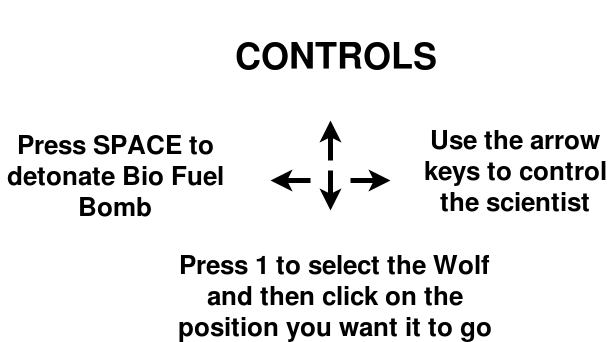
Before: assets/instructions1.png, a diagram exported from draw.io (saraansh1999/Arcade-2player-game). Source tidied: cells renumbered, new cells last; positions are measured from the earlier drawing's top-left corner, leaving out a move shared by most shapes. Source of this version:
```xml
<mxGraphModel>
  <root>
    <mxCell id="0" />
    <mxCell id="1" parent="0" />
    <mxCell id="2" style="endArrow=classic;html=1;strokeWidth=5;" parent="1" edge="1">
      <mxGeometry relative="1" as="geometry">
        <mxPoint x="330" y="160" as="sourcePoint" />
        <mxPoint x="330" y="120" as="targetPoint" />
      </mxGeometry>
    </mxCell>
    <mxCell id="3" style="endArrow=classic;html=1;strokeWidth=5;" parent="1" edge="1">
      <mxGeometry relative="1" as="geometry">
        <mxPoint x="350" y="180" as="sourcePoint" />
        <mxPoint x="390" y="180" as="targetPoint" />
      </mxGeometry>
    </mxCell>
    <mxCell id="4" style="endArrow=classic;html=1;strokeWidth=5;" parent="1" edge="1">
      <mxGeometry relative="1" as="geometry">
        <mxPoint x="330" y="170" as="sourcePoint" />
        <mxPoint x="330" y="210" as="targetPoint" />
        <Array as="points">
          <mxPoint x="330" y="190" />
          <mxPoint x="330" y="180" />
        </Array>
      </mxGeometry>
    </mxCell>
    <mxCell id="5" style="endArrow=classic;html=1;strokeWidth=5;" parent="1" edge="1">
      <mxGeometry relative="1" as="geometry">
        <mxPoint x="310" y="180" as="sourcePoint" />
        <mxPoint x="270" y="180" as="targetPoint" />
      </mxGeometry>
    </mxCell>
    <mxCell id="6" value="&lt;div style=&quot;font-size: 26px;&quot;&gt;Use the arrow keys to control the scientist&lt;/div&gt;" style="text;html=1;strokeColor=none;fillColor=none;align=center;verticalAlign=middle;whiteSpace=wrap;rounded=0;fontStyle=1;fontSize=26;" parent="1" vertex="1">
      <mxGeometry x="420" y="140" width="190" height="60" as="geometry" />
    </mxCell>
    <mxCell id="7" value="&lt;div style=&quot;font-size: 26px;&quot;&gt;Press &lt;span style=&quot;font-size: 26px;&quot;&gt;1 &lt;/span&gt;to select the Wolf and then click on the position you want it to go&lt;/div&gt;" style="text;html=1;strokeColor=none;fillColor=none;align=center;verticalAlign=middle;whiteSpace=wrap;rounded=0;fontSize=26;fontStyle=1;" parent="1" vertex="1">
      <mxGeometry x="165" y="250" width="339" height="90" as="geometry" />
    </mxCell>
    <mxCell id="8" value="CONTROLS" style="text;html=1;strokeColor=none;fillColor=none;align=center;verticalAlign=middle;whiteSpace=wrap;rounded=0;fontSize=36;fontStyle=1;" parent="1" vertex="1">
      <mxGeometry x="235" width="200" height="110" as="geometry" />
    </mxCell>
    <mxCell id="9" value="Press SPACE to detonate Bio Fuel Bomb" style="text;html=1;strokeColor=none;fillColor=none;align=center;verticalAlign=middle;whiteSpace=wrap;rounded=0;fontSize=26;fontStyle=1;" parent="1" vertex="1">
      <mxGeometry y="130" width="230" height="90" as="geometry" />
    </mxCell>
  </root>
</mxGraphModel>
```
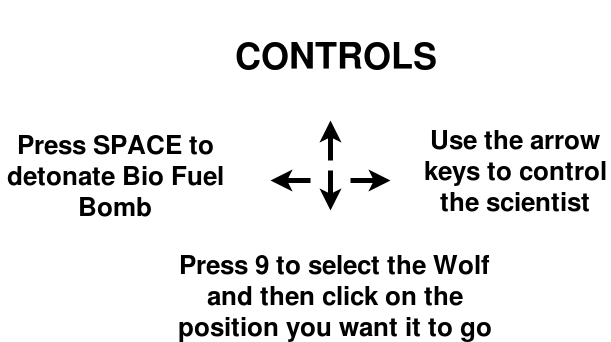
The same diagram one commit later.

The edit, as a diff of the source:
```diff
@@ -33,7 +33,7 @@
     <mxCell id="6" value="&lt;div style=&quot;font-size: 26px;&quot;&gt;Use the arrow keys to control the scientist&lt;/div&gt;" style="text;html=1;strokeColor=none;fillColor=none;align=center;verticalAlign=middle;whiteSpace=wrap;rounded=0;fontStyle=1;fontSize=26;" parent="1" vertex="1">
       <mxGeometry x="420" y="140" width="190" height="60" as="geometry" />
     </mxCell>
-    <mxCell id="7" value="&lt;div style=&quot;font-size: 26px;&quot;&gt;Press &lt;span style=&quot;font-size: 26px;&quot;&gt;1 &lt;/span&gt;to select the Wolf and then click on the position you want it to go&lt;/div&gt;" style="text;html=1;strokeColor=none;fillColor=none;align=center;verticalAlign=middle;whiteSpace=wrap;rounded=0;fontSize=26;fontStyle=1;" parent="1" vertex="1">
+    <mxCell id="7" value="&lt;div style=&quot;font-size: 26px&quot;&gt;Press &lt;span style=&quot;font-size: 26px&quot;&gt;9 &lt;/span&gt;to select the Wolf and then click on the position you want it to go&lt;/div&gt;" style="text;html=1;strokeColor=none;fillColor=none;align=center;verticalAlign=middle;whiteSpace=wrap;rounded=0;fontSize=26;fontStyle=1;" parent="1" vertex="1">
       <mxGeometry x="165" y="250" width="339" height="90" as="geometry" />
     </mxCell>
     <mxCell id="8" value="CONTROLS" style="text;html=1;strokeColor=none;fillColor=none;align=center;verticalAlign=middle;whiteSpace=wrap;rounded=0;fontSize=36;fontStyle=1;" parent="1" vertex="1">
```
